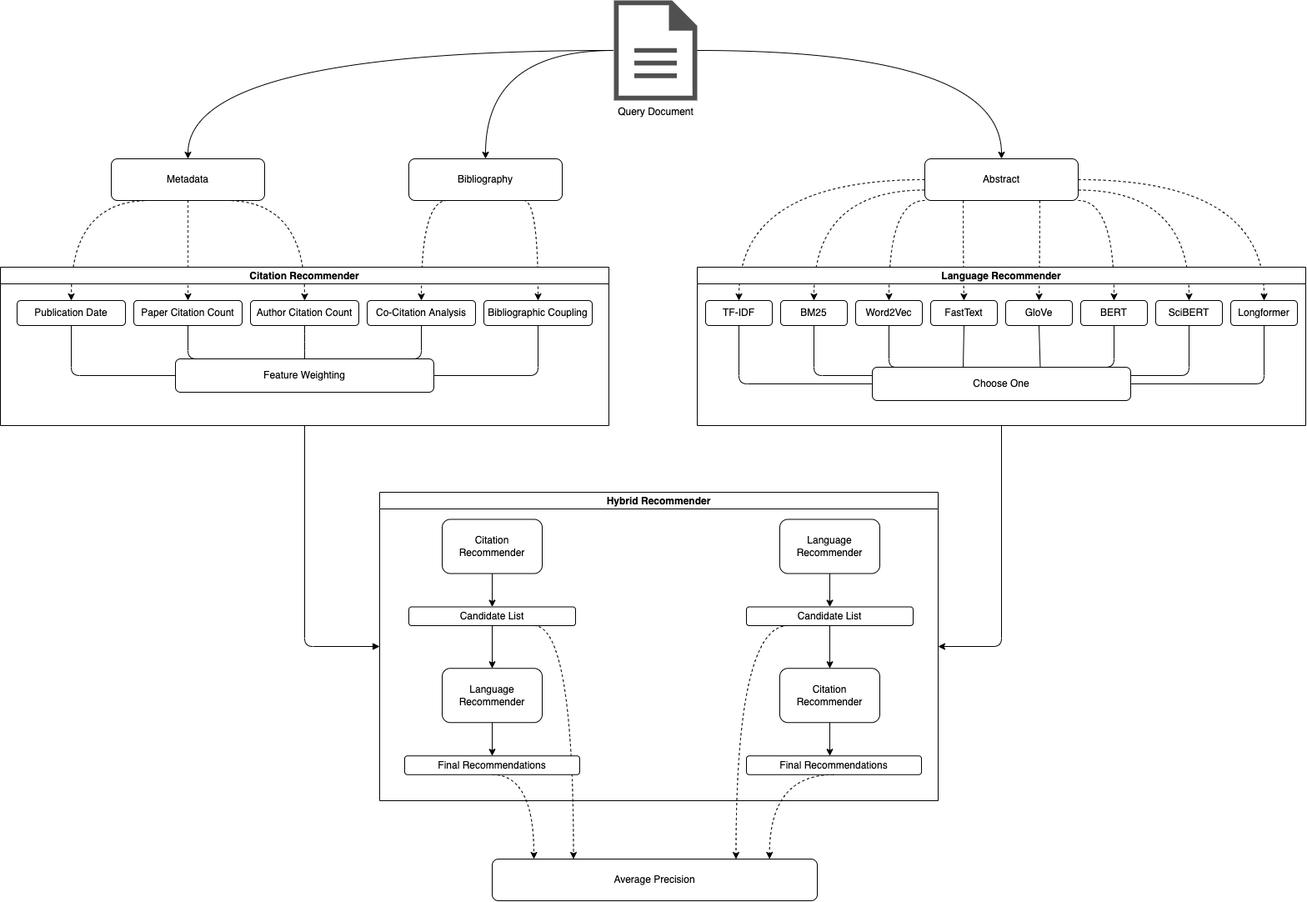
The draw.io diagram static/hybrid-architecture.png in joel-beck/readnext, before a commit. Source tidied: cells renumbered, new cells last; positions are measured from the earlier drawing's top-left corner, leaving out a move shared by most shapes.
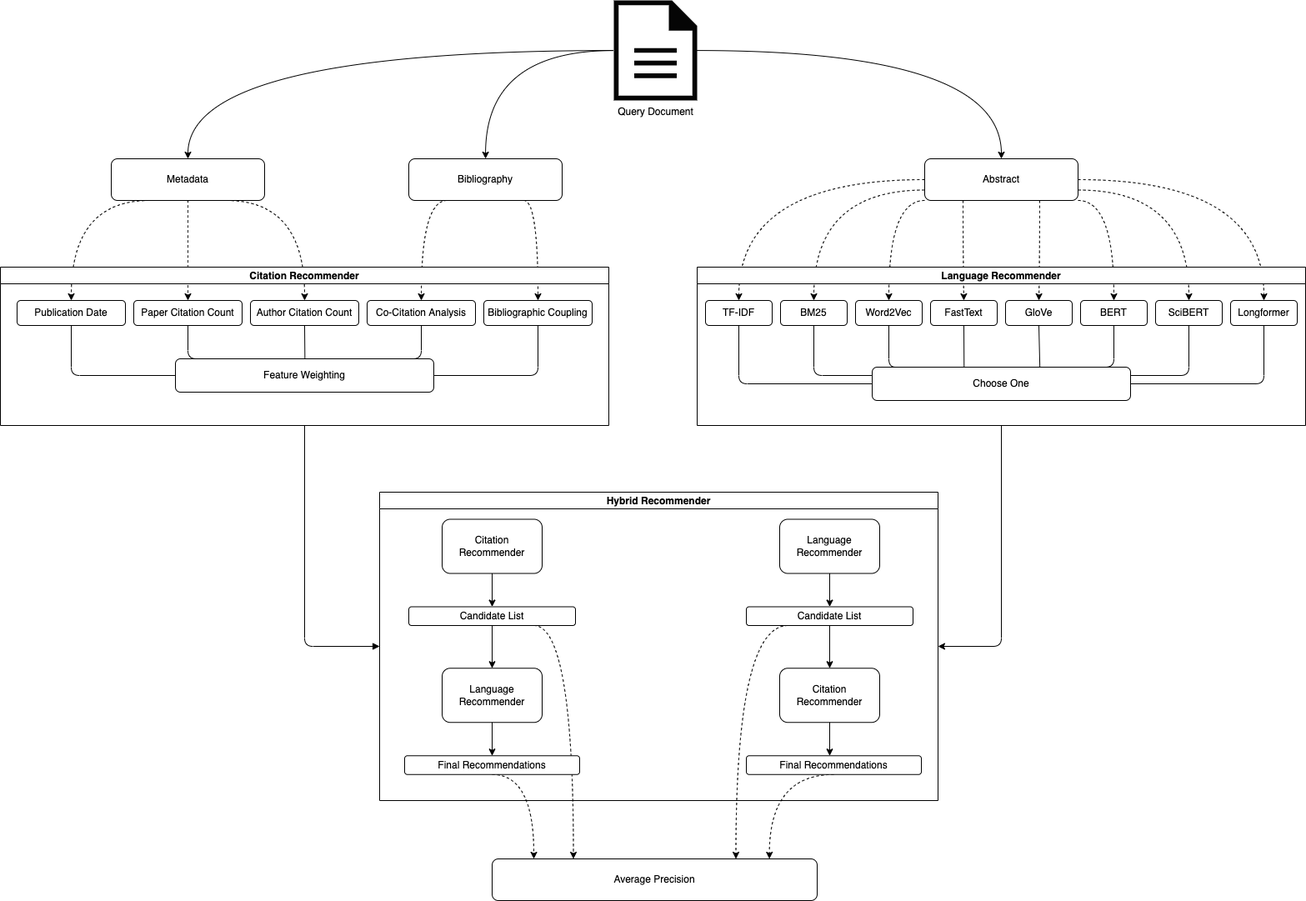
The same file after the commit.

The edit, as a diff of the source:
```diff
@@ -1,4 +1,4 @@
-<mxGraphModel>
+<mxGraphModel background="#FFFFFF" shadow="1">
   <root>
     <mxCell id="0" />
     <mxCell id="1" parent="0" />
@@ -25,7 +25,7 @@
     <mxCell id="6" style="edgeStyle=orthogonalEdgeStyle;curved=1;html=1;entryX=0.5;entryY=0;entryDx=0;entryDy=0;strokeColor=default;" parent="1" edge="1" source="7" target="29">
       <mxGeometry relative="1" as="geometry" />
     </mxCell>
-    <mxCell id="7" value="Query Document" style="sketch=0;shadow=0;dashed=0;html=1;strokeColor=none;fillColor=#505050;labelPosition=center;verticalLabelPosition=bottom;verticalAlign=top;outlineConnect=0;align=center;shape=mxgraph.office.concepts.document;" parent="1" vertex="1">
+    <mxCell id="7" value="Query Document" style="shadow=0;dashed=0;html=1;strokeColor=none;fillColor=#050505;labelPosition=center;verticalLabelPosition=bottom;verticalAlign=top;outlineConnect=0;align=center;shape=mxgraph.office.concepts.document;fillStyle=auto;" parent="1" vertex="1">
       <mxGeometry x="736" width="100" height="120" as="geometry" />
     </mxCell>
     <mxCell id="8" value="Average Precision" style="rounded=1;whiteSpace=wrap;html=1;" parent="1" vertex="1">
```
